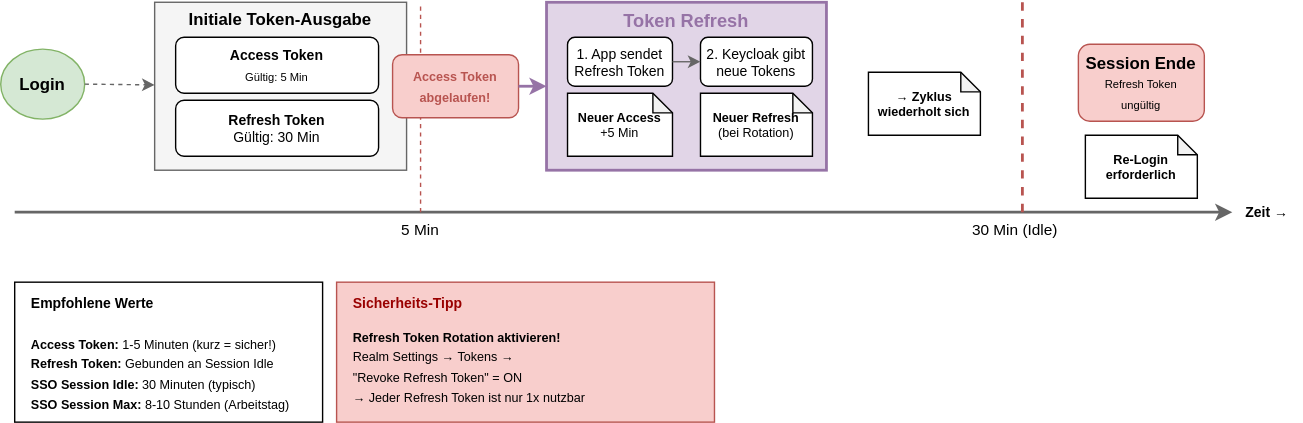
Before: slides/06-sso-sessions-tokens/images/token_lifecycle.drawio.svg, a diagram exported from draw.io (it-erben/training-keycloak). Source tidied: cells renumbered, new cells last; positions are measured from the earlier drawing's top-left corner, leaving out a move shared by most shapes. Its diagram source:
```xml
<mxGraphModel>
  <root>
    <mxCell id="0" />
    <mxCell id="1" parent="0" />
    <mxCell id="2" style="endArrow=classic;html=1;strokeWidth=2;strokeColor=#666666;" parent="1" edge="1">
      <mxGeometry relative="1" as="geometry">
        <mxPoint x="10" y="150" as="sourcePoint" />
        <mxPoint x="880" y="150" as="targetPoint" />
      </mxGeometry>
    </mxCell>
    <mxCell id="3" value="&lt;b&gt;Zeit →&lt;/b&gt;" style="text;html=1;strokeColor=none;fillColor=none;align=center;verticalAlign=middle;whiteSpace=wrap;rounded=0;fontSize=10;" parent="1" vertex="1">
      <mxGeometry x="880" y="140" width="50" height="20" as="geometry" />
    </mxCell>
    <mxCell id="4" value="&lt;b&gt;Login&lt;/b&gt;" style="ellipse;whiteSpace=wrap;html=1;fillColor=#d5e8d4;strokeColor=#82b366;" parent="1" vertex="1">
      <mxGeometry y="33.5" width="60" height="50" as="geometry" />
    </mxCell>
    <mxCell id="5" style="rounded=0;whiteSpace=wrap;html=1;fillColor=#f5f5f5;strokeColor=#666666;strokeWidth=1;" parent="1" vertex="1">
      <mxGeometry x="110" width="180" height="120" as="geometry" />
    </mxCell>
    <mxCell id="6" value="&lt;font&gt;&lt;b&gt;Initiale Token-Ausgabe&lt;/b&gt;&lt;/font&gt;" style="text;html=1;strokeColor=none;fillColor=none;align=center;verticalAlign=middle;whiteSpace=wrap;rounded=0;fontSize=12;" parent="1" vertex="1">
      <mxGeometry x="130" y="5" width="140" height="15" as="geometry" />
    </mxCell>
    <mxCell id="7" value="&lt;font style=&quot;font-size: 10px;&quot;&gt;&lt;b style=&quot;&quot;&gt;Access Token&lt;/b&gt;&lt;br&gt;&lt;/font&gt;&lt;font style=&quot;font-size:8px&quot;&gt;Gültig: 5 Min&lt;/font&gt;" style="rounded=1;whiteSpace=wrap;html=1;" parent="1" vertex="1">
      <mxGeometry x="125" y="25" width="145" height="40" as="geometry" />
    </mxCell>
    <mxCell id="8" value="&lt;b&gt;Refresh Token&lt;/b&gt;&lt;br&gt;&lt;font&gt;Gültig: 30 Min&lt;/font&gt;" style="rounded=1;whiteSpace=wrap;html=1;fontSize=10;" parent="1" vertex="1">
      <mxGeometry x="125" y="70" width="145" height="40" as="geometry" />
    </mxCell>
    <mxCell id="9" style="endArrow=classic;html=1;strokeWidth=1;strokeColor=#666666;dashed=1;exitX=1;exitY=0.5;exitDx=0;exitDy=0;" parent="1" edge="1" source="4" target="5">
      <mxGeometry relative="1" as="geometry" />
    </mxCell>
    <mxCell id="10" value="&lt;font&gt;5 Min&lt;/font&gt;" style="text;html=1;strokeColor=none;fillColor=none;align=center;verticalAlign=middle;whiteSpace=wrap;rounded=0;fontSize=11;" parent="1" vertex="1">
      <mxGeometry x="280" y="155" width="40" height="15" as="geometry" />
    </mxCell>
    <mxCell id="11" style="endArrow=none;html=1;strokeWidth=1;strokeColor=#b85450;dashed=1;" parent="1" edge="1">
      <mxGeometry relative="1" as="geometry">
        <mxPoint x="300" y="150" as="sourcePoint" />
        <mxPoint x="300" as="targetPoint" />
      </mxGeometry>
    </mxCell>
    <mxCell id="12" value="&lt;font style=&quot;font-size:9px&quot; color=&quot;#b85450&quot;&gt;&lt;b&gt;Access Token&lt;br&gt;abgelaufen!&lt;/b&gt;&lt;/font&gt;" style="rounded=1;whiteSpace=wrap;html=1;fillColor=#f8cecc;strokeColor=#b85450;strokeDashArray=3 3;" parent="1" vertex="1">
      <mxGeometry x="280" y="37.5" width="90" height="45" as="geometry" />
    </mxCell>
    <mxCell id="13" style="rounded=0;whiteSpace=wrap;html=1;fillColor=#e1d5e7;strokeColor=#9673a6;strokeWidth=2;" parent="1" vertex="1">
      <mxGeometry x="390" width="200" height="120" as="geometry" />
    </mxCell>
    <mxCell id="14" value="&lt;font&gt;&lt;b&gt;Token Refresh&lt;/b&gt;&lt;/font&gt;" style="text;html=1;strokeColor=none;fillColor=none;align=center;verticalAlign=middle;whiteSpace=wrap;rounded=0;fontColor=#9673a6;fontSize=13;" parent="1" vertex="1">
      <mxGeometry x="440" y="5" width="100" height="15" as="geometry" />
    </mxCell>
    <mxCell id="15" value="&lt;font&gt;1. App sendet&lt;br&gt;Refresh Token&lt;/font&gt;" style="rounded=1;whiteSpace=wrap;html=1;fontSize=10;" parent="1" vertex="1">
      <mxGeometry x="405" y="25" width="75" height="35" as="geometry" />
    </mxCell>
    <mxCell id="16" value="&lt;font&gt;2. Keycloak gibt&lt;br&gt;neue Tokens&lt;/font&gt;" style="rounded=1;whiteSpace=wrap;html=1;fontSize=10;" parent="1" vertex="1">
      <mxGeometry x="500" y="25" width="80" height="35" as="geometry" />
    </mxCell>
    <mxCell id="17" style="endArrow=classic;html=1;strokeWidth=1;strokeColor=#666666;entryX=0;entryY=0.5;entryDx=0;entryDy=0;exitX=1;exitY=0.5;exitDx=0;exitDy=0;" parent="1" edge="1" source="15" target="16">
      <mxGeometry relative="1" as="geometry" />
    </mxCell>
    <mxCell id="18" style="endArrow=classic;html=1;strokeWidth=2;strokeColor=#9673a6;exitX=1;exitY=0.5;exitDx=0;exitDy=0;entryX=0;entryY=0.5;entryDx=0;entryDy=0;" parent="1" edge="1" source="12" target="13">
      <mxGeometry relative="1" as="geometry" />
    </mxCell>
    <mxCell id="19" value="&lt;font&gt;30 Min (Idle)&lt;/font&gt;" style="text;html=1;strokeColor=none;fillColor=none;align=center;verticalAlign=middle;whiteSpace=wrap;rounded=0;fontSize=11;" parent="1" vertex="1">
      <mxGeometry x="690" y="155" width="70" height="15" as="geometry" />
    </mxCell>
    <mxCell id="20" style="endArrow=none;html=1;strokeWidth=2;strokeColor=#b85450;dashed=1;" parent="1" edge="1">
      <mxGeometry relative="1" as="geometry">
        <mxPoint x="730" y="150" as="sourcePoint" />
        <mxPoint x="730" as="targetPoint" />
      </mxGeometry>
    </mxCell>
    <mxCell id="21" value="&lt;b&gt;Session Ende&lt;/b&gt;&lt;br&gt;&lt;font style=&quot;font-size:8px&quot;&gt;Refresh Token&lt;br&gt;ungültig&lt;/font&gt;" style="rounded=1;whiteSpace=wrap;html=1;fillColor=#f8cecc;strokeColor=#b85450;" parent="1" vertex="1">
      <mxGeometry x="770" y="30" width="90" height="55" as="geometry" />
    </mxCell>
    <mxCell id="22" style="rounded=0;whiteSpace=wrap;html=1;strokeWidth=1;" parent="1" vertex="1">
      <mxGeometry x="10" y="200" width="220" height="100" as="geometry" />
    </mxCell>
    <mxCell id="23" value="&lt;b style=&quot;font-size:10px&quot;&gt;Empfohlene Werte&lt;/b&gt;" style="text;html=1;strokeColor=none;fillColor=none;align=left;verticalAlign=middle;whiteSpace=wrap;rounded=0;fontColor=#000000;" parent="1" vertex="1">
      <mxGeometry x="20" y="205" width="120" height="20" as="geometry" />
    </mxCell>
    <mxCell id="24" value="&lt;font style=&quot;font-size:9px&quot;&gt;&lt;b&gt;Access Token:&lt;/b&gt; 1-5 Minuten (kurz = sicher!)&lt;br&gt;&lt;b&gt;Refresh Token:&lt;/b&gt; Gebunden an Session Idle&lt;br&gt;&lt;b&gt;SSO Session Idle:&lt;/b&gt; 30 Minuten (typisch)&lt;br&gt;&lt;b&gt;SSO Session Max:&lt;/b&gt; 8-10 Stunden (Arbeitstag)&lt;/font&gt;" style="text;html=1;strokeColor=none;fillColor=none;align=left;verticalAlign=top;whiteSpace=wrap;rounded=0;" parent="1" vertex="1">
      <mxGeometry x="20" y="230" width="280" height="60" as="geometry" />
    </mxCell>
    <mxCell id="25" style="rounded=0;whiteSpace=wrap;html=1;fillColor=#f8cecc;strokeColor=#b85450;strokeWidth=1;" parent="1" vertex="1">
      <mxGeometry x="240" y="200" width="270" height="100" as="geometry" />
    </mxCell>
    <mxCell id="26" value="&lt;b style=&quot;font-size:10px&quot;&gt;&lt;font style=&quot;color: rgb(153, 0, 0);&quot;&gt;Sicherheits-Tipp&lt;/font&gt;&lt;/b&gt;" style="text;html=1;strokeColor=none;fillColor=none;align=left;verticalAlign=middle;whiteSpace=wrap;rounded=0;fontColor=#82b366;" parent="1" vertex="1">
      <mxGeometry x="250" y="205" width="120" height="20" as="geometry" />
    </mxCell>
    <mxCell id="27" value="&lt;font style=&quot;font-size:9px&quot;&gt;&lt;b&gt;Refresh Token Rotation aktivieren!&lt;/b&gt;&lt;br&gt;Realm Settings → Tokens →&lt;br&gt;&quot;Revoke Refresh Token&quot; = ON&lt;br&gt;→ Jeder Refresh Token ist nur 1x nutzbar&lt;/font&gt;" style="text;html=1;strokeColor=none;fillColor=none;align=left;verticalAlign=top;whiteSpace=wrap;rounded=0;" parent="1" vertex="1">
      <mxGeometry x="250" y="225" width="250" height="70" as="geometry" />
    </mxCell>
    <mxCell id="28" value="&lt;b&gt;Neuer Access&lt;/b&gt;&lt;br&gt;&lt;font&gt;+5 Min&lt;/font&gt;" style="shape=note;whiteSpace=wrap;html=1;backgroundOutline=1;darkOpacity=0.05;size=14;fontSize=9;" parent="1" vertex="1">
      <mxGeometry x="405" y="65" width="75" height="45" as="geometry" />
    </mxCell>
    <mxCell id="29" value="&lt;b&gt;Neuer Refresh&lt;/b&gt;&lt;br&gt;&lt;font&gt;(bei Rotation)&lt;/font&gt;" style="shape=note;whiteSpace=wrap;html=1;backgroundOutline=1;darkOpacity=0.05;size=14;fontSize=9;" parent="1" vertex="1">
      <mxGeometry x="500" y="65" width="80" height="45" as="geometry" />
    </mxCell>
    <mxCell id="30" value="Re-Login&#10;erforderlich" style="shape=note;whiteSpace=wrap;backgroundOutline=1;darkOpacity=0.05;size=14;fontSize=9;fontStyle=1;" parent="1" vertex="1">
      <mxGeometry x="775" y="95" width="80" height="45" as="geometry" />
    </mxCell>
    <mxCell id="31" value="→ Zyklus&#10;wiederholt sich" style="shape=note;whiteSpace=wrap;backgroundOutline=1;darkOpacity=0.05;size=14;fontSize=9;fontStyle=1;" parent="1" vertex="1">
      <mxGeometry x="620" y="50" width="80" height="45" as="geometry" />
    </mxCell>
  </root>
</mxGraphModel>
```
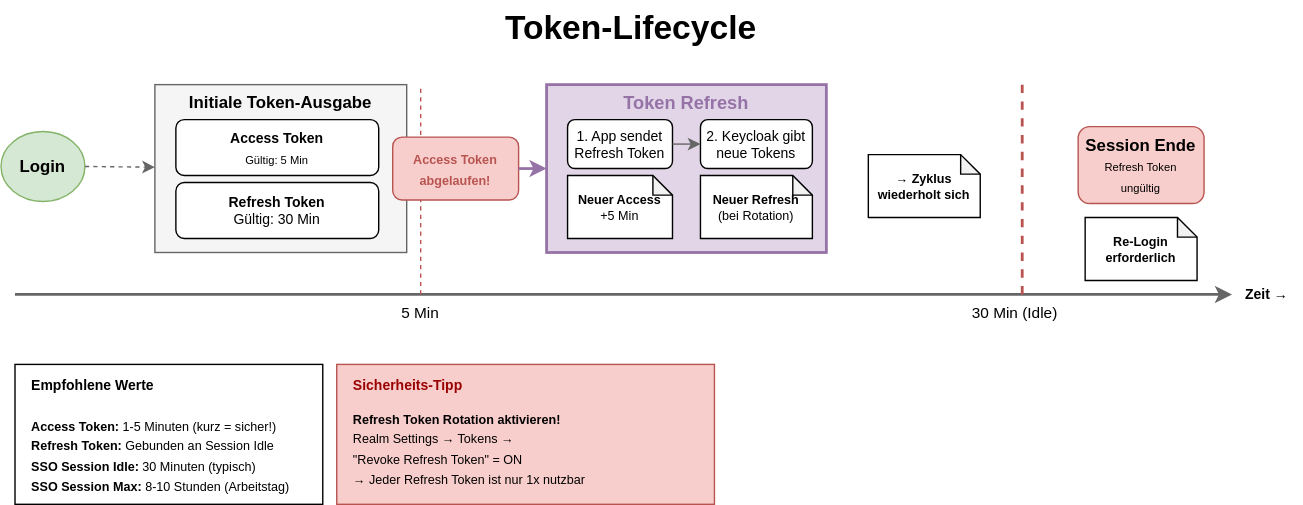
Later version of the same file.

Change to the diagram source:
```diff
@@ -101,5 +101,8 @@
     <mxCell id="31" value="→ Zyklus&#10;wiederholt sich" style="shape=note;whiteSpace=wrap;backgroundOutline=1;darkOpacity=0.05;size=14;fontSize=9;fontStyle=1;" parent="1" vertex="1">
       <mxGeometry x="620" y="50" width="80" height="45" as="geometry" />
     </mxCell>
+    <mxCell id="32" value="Token-Lifecycle" style="text;strokeColor=none;fillColor=none;html=1;fontSize=24;fontStyle=1;verticalAlign=middle;align=center;" parent="1" vertex="1">
+      <mxGeometry x="400" y="-60" width="100" height="40" as="geometry" />
+    </mxCell>
   </root>
 </mxGraphModel>
```
